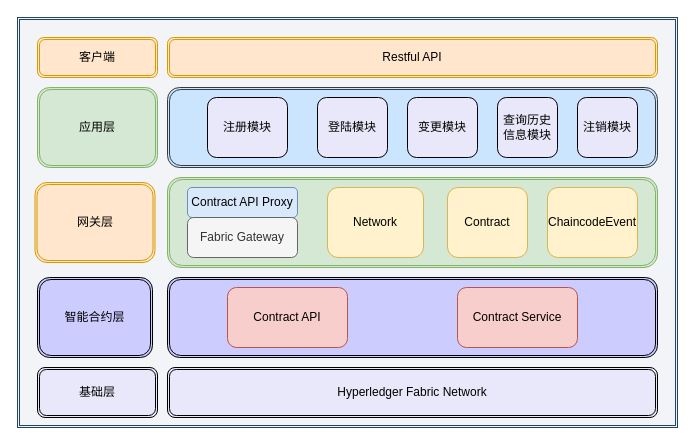
The draw.io diagram 未命名绘图.drawio in szuchenyajun/design_pattern_uml, before the edit. Source tidied: cells renumbered, new cells numbered last; positions are measured from the earlier drawing's top-left corner, leaving out a move shared by most shapes. Both pictures are drawn from the tidied source at 100%, with x=0, y=0 at pixel (17, 17).
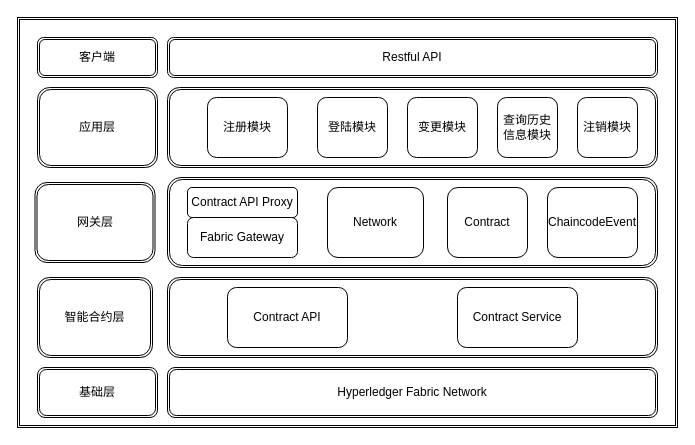
The same page after the edit.

Commit message:
更新未命名绘图.drawio

What changed in the source:
```diff
@@
-    <mxCell id="2" style="shape=ext;double=1;rounded=0;whiteSpace=wrap;html=1;fillColor=#f2f4f7;strokeColor=#23445d;fillStyle=auto;" parent="1" vertex="1">
+    <mxCell id="2" style="shape=ext;double=1;rounded=0;whiteSpace=wrap;html=1;fillStyle=auto;" parent="1" vertex="1">
       <mxGeometry width="660" height="410" as="geometry" />
     </mxCell>
-    <mxCell id="3" value="智能合约层" style="shape=ext;double=1;rounded=1;whiteSpace=wrap;html=1;fillColor=#ccccff;" parent="1" vertex="1">
+    <mxCell id="3" value="智能合约层" style="shape=ext;double=1;rounded=1;whiteSpace=wrap;html=1;" parent="1" vertex="1">
       <mxGeometry x="20" y="260" width="115" height="80" as="geometry" />
     </mxCell>
-    <mxCell id="4" value="基础层" style="shape=ext;double=1;rounded=1;whiteSpace=wrap;html=1;fillColor=#e8e8fa;" parent="1" vertex="1">
+    <mxCell id="4" value="基础层" style="shape=ext;double=1;rounded=1;whiteSpace=wrap;html=1;" parent="1" vertex="1">
       <mxGeometry x="20" y="350" width="120" height="50" as="geometry" />
     </mxCell>
-    <mxCell id="5" style="shape=ext;double=1;rounded=1;whiteSpace=wrap;html=1;fillColor=#d5e8d4;strokeColor=#82b366;" parent="1" vertex="1">
+    <mxCell id="5" style="shape=ext;double=1;rounded=1;whiteSpace=wrap;html=1;" parent="1" vertex="1">
       <mxGeometry x="150" y="160" width="490" height="90" as="geometry" />
     </mxCell>
-    <mxCell id="6" value="Hyperledger Fabric Network" style="shape=ext;double=1;rounded=1;whiteSpace=wrap;html=1;fillColor=#e8e8fa;" parent="1" vertex="1">
+    <mxCell id="6" value="Hyperledger Fabric Network" style="shape=ext;double=1;rounded=1;whiteSpace=wrap;html=1;" parent="1" vertex="1">
       <mxGeometry x="150" y="350" width="490" height="50" as="geometry" />
     </mxCell>
-    <mxCell id="7" value="网关层" style="shape=ext;double=1;rounded=1;whiteSpace=wrap;html=1;fillColor=#ffe6cc;strokeColor=#d79b00;" parent="1" vertex="1">
+    <mxCell id="7" value="网关层" style="shape=ext;double=1;rounded=1;whiteSpace=wrap;html=1;" parent="1" vertex="1">
       <mxGeometry x="17.5" y="165" width="120" height="80" as="geometry" />
     </mxCell>
-    <mxCell id="8" style="shape=ext;double=1;rounded=1;whiteSpace=wrap;html=1;fillColor=#cce5ff;strokeColor=#36393d;" parent="1" vertex="1">
+    <mxCell id="8" style="shape=ext;double=1;rounded=1;whiteSpace=wrap;html=1;" parent="1" vertex="1">
       <mxGeometry x="150" y="70" width="490" height="80" as="geometry" />
     </mxCell>
-    <mxCell id="9" value="客户端" style="shape=ext;double=1;rounded=1;whiteSpace=wrap;html=1;fillColor=#ffe6cc;strokeColor=#d79b00;" parent="1" vertex="1">
+    <mxCell id="9" value="客户端" style="shape=ext;double=1;rounded=1;whiteSpace=wrap;html=1;" parent="1" vertex="1">
       <mxGeometry x="20" y="20" width="120" height="40" as="geometry" />
     </mxCell>
-    <mxCell id="10" value="应用层" style="shape=ext;double=1;rounded=1;whiteSpace=wrap;html=1;fillColor=#d5e8d4;strokeColor=#82b366;" parent="1" vertex="1">
+    <mxCell id="10" value="应用层" style="shape=ext;double=1;rounded=1;whiteSpace=wrap;html=1;" parent="1" vertex="1">
       <mxGeometry x="20" y="70" width="120" height="80" as="geometry" />
     </mxCell>
-    <mxCell id="11" value="Contract API Proxy" style="rounded=1;whiteSpace=wrap;html=1;fillColor=#dae8fc;strokeColor=#6c8ebf;" parent="1" vertex="1">
+    <mxCell id="11" value="Contract API Proxy" style="rounded=1;whiteSpace=wrap;html=1;" parent="1" vertex="1">
       <mxGeometry x="170" y="170" width="110" height="30" as="geometry" />
     </mxCell>
-    <mxCell id="12" value="Fabric Gateway" style="rounded=1;whiteSpace=wrap;html=1;fillColor=#f5f5f5;strokeColor=#666666;fontColor=#333333;" parent="1" vertex="1">
+    <mxCell id="12" value="Fabric Gateway" style="rounded=1;whiteSpace=wrap;html=1;" parent="1" vertex="1">
       <mxGeometry x="170" y="200" width="110" height="40" as="geometry" />
     </mxCell>
-    <mxCell id="13" value="Network" style="rounded=1;whiteSpace=wrap;html=1;fillColor=#fff2cc;strokeColor=#d6b656;" parent="1" vertex="1">
+    <mxCell id="13" value="Network" style="rounded=1;whiteSpace=wrap;html=1;" parent="1" vertex="1">
       <mxGeometry x="310" y="170" width="96" height="70" as="geometry" />
     </mxCell>
-    <mxCell id="14" value="Contract" style="rounded=1;whiteSpace=wrap;html=1;fillColor=#fff2cc;strokeColor=#d6b656;" parent="1" vertex="1">
+    <mxCell id="14" value="Contract" style="rounded=1;whiteSpace=wrap;html=1;" parent="1" vertex="1">
       <mxGeometry x="430" y="170" width="80" height="70" as="geometry" />
     </mxCell>
-    <mxCell id="15" value="ChaincodeEvent" style="rounded=1;whiteSpace=wrap;html=1;fillColor=#fff2cc;strokeColor=#d6b656;" parent="1" vertex="1">
+    <mxCell id="15" value="ChaincodeEvent" style="rounded=1;whiteSpace=wrap;html=1;" parent="1" vertex="1">
       <mxGeometry x="530" y="170" width="90" height="70" as="geometry" />
     </mxCell>
-    <mxCell id="16" style="shape=ext;double=1;rounded=1;whiteSpace=wrap;html=1;fillColor=#ccccff;" parent="1" vertex="1">
+    <mxCell id="16" style="shape=ext;double=1;rounded=1;whiteSpace=wrap;html=1;" parent="1" vertex="1">
       <mxGeometry x="150" y="260" width="490" height="80" as="geometry" />
     </mxCell>
-    <mxCell id="17" value="Contract API" style="rounded=1;whiteSpace=wrap;html=1;fillColor=#f8cecc;strokeColor=#b85450;" parent="1" vertex="1">
+    <mxCell id="17" value="Contract API" style="rounded=1;whiteSpace=wrap;html=1;" parent="1" vertex="1">
       <mxGeometry x="210" y="270" width="120" height="60" as="geometry" />
     </mxCell>
-    <mxCell id="18" value="Contract Service" style="rounded=1;whiteSpace=wrap;html=1;fillColor=#f8cecc;strokeColor=#b85450;" parent="1" vertex="1">
+    <mxCell id="18" value="Contract Service" style="rounded=1;whiteSpace=wrap;html=1;" parent="1" vertex="1">
       <mxGeometry x="440" y="270" width="120" height="60" as="geometry" />
     </mxCell>
-    <mxCell id="19" value="Restful API" style="shape=ext;double=1;rounded=1;whiteSpace=wrap;html=1;fillColor=#ffe6cc;strokeColor=#d79b00;" parent="1" vertex="1">
+    <mxCell id="19" value="Restful API" style="shape=ext;double=1;rounded=1;whiteSpace=wrap;html=1;" parent="1" vertex="1">
       <mxGeometry x="150" y="20" width="490" height="40" as="geometry" />
     </mxCell>
-    <mxCell id="20" value="注册模块" style="rounded=1;whiteSpace=wrap;html=1;fillColor=#e8e8fa;" parent="1" vertex="1">
+    <mxCell id="20" value="注册模块" style="rounded=1;whiteSpace=wrap;html=1;" parent="1" vertex="1">
       <mxGeometry x="190" y="80" width="80" height="60" as="geometry" />
     </mxCell>
-    <mxCell id="21" value="登陆模块" style="rounded=1;whiteSpace=wrap;html=1;fillColor=#e8e8fa;" parent="1" vertex="1">
+    <mxCell id="21" value="登陆模块" style="rounded=1;whiteSpace=wrap;html=1;" parent="1" vertex="1">
       <mxGeometry x="300" y="80" width="70" height="60" as="geometry" />
     </mxCell>
-    <mxCell id="22" value="变更模块" style="rounded=1;whiteSpace=wrap;html=1;fillColor=#e8e8fa;" parent="1" vertex="1">
+    <mxCell id="22" value="变更模块" style="rounded=1;whiteSpace=wrap;html=1;" parent="1" vertex="1">
       <mxGeometry x="390" y="80" width="70" height="60" as="geometry" />
     </mxCell>
-    <mxCell id="23" value="查询历史信息模块" style="rounded=1;whiteSpace=wrap;html=1;fillColor=#e8e8fa;" parent="1" vertex="1">
+    <mxCell id="23" value="查询历史信息模块" style="rounded=1;whiteSpace=wrap;html=1;" parent="1" vertex="1">
       <mxGeometry x="480" y="80" width="60" height="60" as="geometry" />
     </mxCell>
-    <mxCell id="24" value="注销模块" style="rounded=1;whiteSpace=wrap;html=1;fillColor=#e8e8fa;" parent="1" vertex="1">
+    <mxCell id="24" value="注销模块" style="rounded=1;whiteSpace=wrap;html=1;" parent="1" vertex="1">
       <mxGeometry x="560" y="80" width="60" height="60" as="geometry" />
     </mxCell>
```
